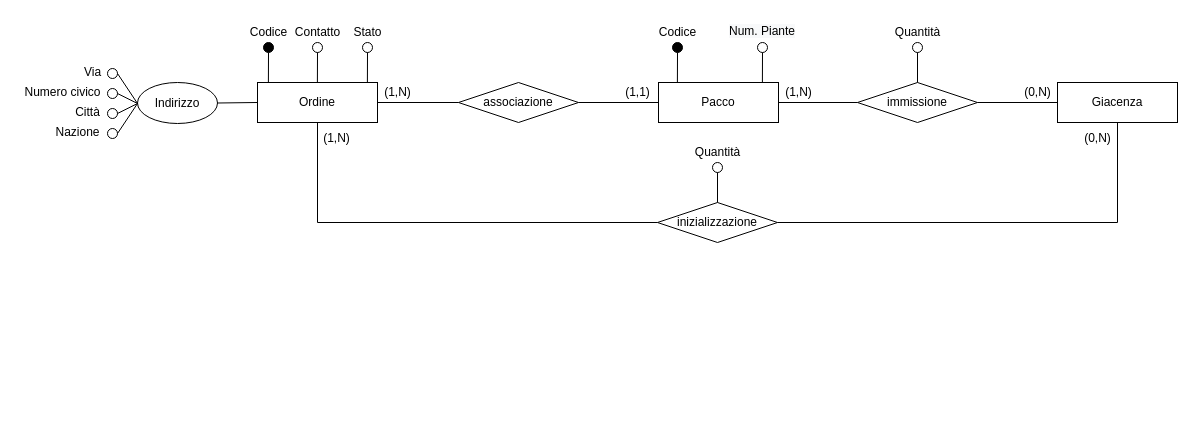
nic-agos/Verde-S.R.L keeps this draw.io diagram as ER-diagrams/ER-Ordine.drawio. Above is the earlier version. Source tidied: cells renumbered, new cells numbered last; positions are measured from the earlier drawing's top-left corner, leaving out a move shared by most shapes. Both pictures are drawn from the tidied source at 100%, with x=0, y=0 at pixel (17, 17).
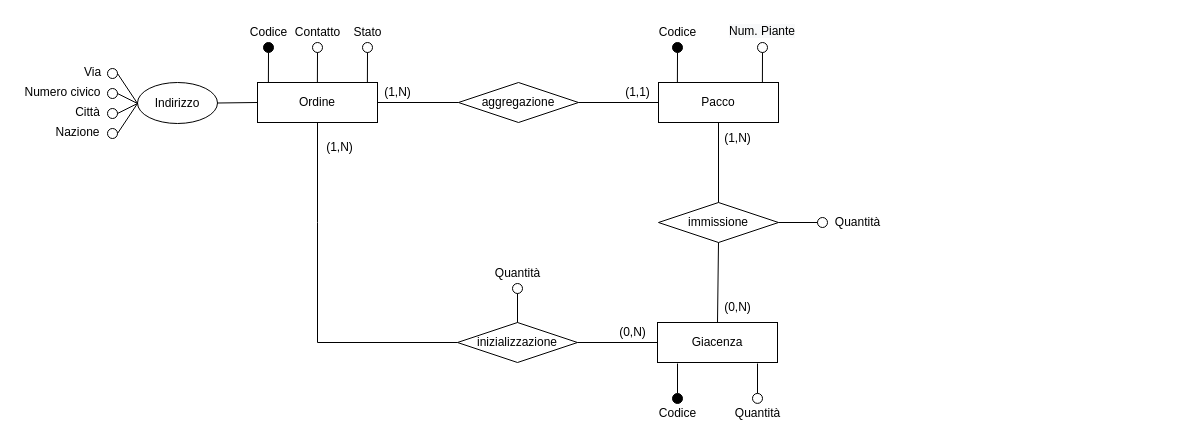
The same diagram, later.

The change refers to these unchanged cells:
```xml
<mxCell id="2" value="Ordine" style="rounded=0;whiteSpace=wrap;html=1;strokeWidth=1;perimeterSpacing=0;" parent="1" vertex="1">
  <mxGeometry x="240" y="65" width="120" height="40" as="geometry" />
</mxCell>
<mxCell id="6" value="Pacco" style="rounded=0;whiteSpace=wrap;html=1;strokeWidth=1;perimeterSpacing=0;" parent="1" vertex="1">
  <mxGeometry x="641" y="65" width="120" height="40" as="geometry" />
</mxCell>
```

Change to the diagram source:
```diff
@@
-    <mxCell id="16" value="associazione" style="rhombus;whiteSpace=wrap;html=1;" parent="1" vertex="1">
+    <mxCell id="16" value="aggregazione" style="rhombus;whiteSpace=wrap;html=1;" parent="1" vertex="1">
       <mxGeometry x="441" y="65" width="120" height="40" as="geometry" />
     </mxCell>
@@
-    <mxCell id="19" value="Giacenza" style="rounded=0;whiteSpace=wrap;html=1;strokeWidth=1;perimeterSpacing=0;" parent="1" vertex="1">
-      <mxGeometry x="1040" y="65" width="120" height="40" as="geometry" />
-    </mxCell>
-    <mxCell id="20" value="immissione" style="rhombus;whiteSpace=wrap;html=1;" parent="1" vertex="1">
-      <mxGeometry x="840" y="65" width="120" height="40" as="geometry" />
-    </mxCell>
-    <mxCell id="21" style="endArrow=none;html=1;rounded=0;entryX=0;entryY=0.5;entryDx=0;entryDy=0;exitX=1;exitY=0.5;exitDx=0;exitDy=0;" parent="1" edge="1" source="6" target="20">
-      <mxGeometry relative="1" as="geometry" />
-    </mxCell>
-    <mxCell id="22" style="endArrow=none;html=1;rounded=0;exitX=1;exitY=0.5;exitDx=0;exitDy=0;entryX=0;entryY=0.5;entryDx=0;entryDy=0;" parent="1" edge="1" source="20" target="19">
-      <mxGeometry relative="1" as="geometry" />
-    </mxCell>
@@
-    <mxCell id="28" value="inizializzazione" style="rhombus;whiteSpace=wrap;html=1;" parent="1" vertex="1">
-      <mxGeometry x="640" y="185" width="120" height="40" as="geometry" />
-    </mxCell>
@@
+    <mxCell id="19" value="Giacenza" style="rounded=0;whiteSpace=wrap;html=1;strokeWidth=1;perimeterSpacing=0;" parent="1" vertex="1">
+      <mxGeometry x="640" y="305" width="120" height="40" as="geometry" />
+    </mxCell>
+    <mxCell id="55" style="ellipse;whiteSpace=wrap;html=1;strokeWidth=1;fillColor=#000000;" parent="1" vertex="1">
+      <mxGeometry x="655" y="376" width="10" height="10" as="geometry" />
+    </mxCell>
+    <mxCell id="56" value="Codice" style="text;html=1;align=center;verticalAlign=middle;strokeColor=none;fillColor=none;" parent="1" vertex="1">
+      <mxGeometry x="635" y="386" width="50" height="20" as="geometry" />
+    </mxCell>
+    <mxCell id="57" style="ellipse;whiteSpace=wrap;html=1;strokeWidth=1;fillColor=none;" parent="1" vertex="1">
+      <mxGeometry x="735" y="375.9" width="10" height="10" as="geometry" />
+    </mxCell>
+    <mxCell id="58" value="Quantità" style="text;html=1;align=center;verticalAlign=middle;strokeColor=none;fillColor=none;" parent="1" vertex="1">
+      <mxGeometry x="710" y="386" width="60" height="20" as="geometry" />
+    </mxCell>
+    <mxCell id="28" value="inizializzazione" style="rhombus;whiteSpace=wrap;html=1;" parent="1" vertex="1">
+      <mxGeometry x="440" y="305" width="120" height="40" as="geometry" />
+    </mxCell>
     <mxCell id="43" style="endArrow=none;html=1;rounded=0;exitX=0.5;exitY=1;exitDx=0;exitDy=0;entryX=0;entryY=0.5;entryDx=0;entryDy=0;" parent="1" edge="1" source="2" target="28">
       <mxGeometry relative="1" as="geometry">
         <Array as="points">
           <mxPoint x="300" y="205" />
+          <mxPoint x="300" y="325" />
         </Array>
       </mxGeometry>
     </mxCell>
-    <mxCell id="44" style="endArrow=none;html=1;rounded=0;entryX=0.5;entryY=1;entryDx=0;entryDy=0;exitX=1;exitY=0.5;exitDx=0;exitDy=0;" parent="1" edge="1" source="28" target="19">
-      <mxGeometry relative="1" as="geometry">
-        <Array as="points">
-          <mxPoint x="1100" y="205" />
-        </Array>
-      </mxGeometry>
+    <mxCell id="44" style="endArrow=none;html=1;rounded=0;entryX=0;entryY=0.5;entryDx=0;entryDy=0;exitX=1;exitY=0.5;exitDx=0;exitDy=0;" parent="1" edge="1" source="28" target="19">
+      <mxGeometry relative="1" as="geometry" />
     </mxCell>
-    <mxCell id="45" style="endArrow=none;html=1;rounded=0;fillColor=#000000;exitX=0.5;exitY=1;exitDx=0;exitDy=0;entryX=0.5;entryY=0;entryDx=0;entryDy=0;" parent="1" edge="1" source="46" target="28">
-      <mxGeometry relative="1" as="geometry" />
-    </mxCell>
-    <mxCell id="46" style="ellipse;whiteSpace=wrap;html=1;strokeWidth=1;fillColor=none;" parent="1" vertex="1">
-      <mxGeometry x="695" y="145" width="10" height="10" as="geometry" />
-    </mxCell>
-    <mxCell id="47" value="Quantità" style="text;html=1;align=center;verticalAlign=middle;strokeColor=none;fillColor=none;" parent="1" vertex="1">
-      <mxGeometry x="670" y="125" width="60" height="20" as="geometry" />
-    </mxCell>
-    <mxCell id="48" style="endArrow=none;html=1;rounded=0;fillColor=#000000;exitX=0.5;exitY=1;exitDx=0;exitDy=0;entryX=0.5;entryY=0;entryDx=0;entryDy=0;" parent="1" edge="1" source="49" target="20">
-      <mxGeometry relative="1" as="geometry" />
-    </mxCell>
-    <mxCell id="49" style="ellipse;whiteSpace=wrap;html=1;strokeWidth=1;fillColor=none;" parent="1" vertex="1">
-      <mxGeometry x="895" y="25" width="10" height="10" as="geometry" />
-    </mxCell>
-    <mxCell id="50" value="Quantità" style="text;html=1;align=center;verticalAlign=middle;strokeColor=none;fillColor=none;" parent="1" vertex="1">
-      <mxGeometry x="870" y="5" width="60" height="20" as="geometry" />
-    </mxCell>
-    <mxCell id="51" value="(1,N)" style="text;html=1;align=center;verticalAlign=middle;strokeColor=none;fillColor=none;" parent="1" vertex="1">
-      <mxGeometry x="761" y="65" width="40" height="20" as="geometry" />
-    </mxCell>
-    <mxCell id="52" value="(0,N)" style="text;html=1;align=center;verticalAlign=middle;strokeColor=none;fillColor=none;" parent="1" vertex="1">
-      <mxGeometry x="1000" y="65" width="40" height="20" as="geometry" />
-    </mxCell>
-    <mxCell id="53" value="(1,N)" style="text;html=1;align=center;verticalAlign=middle;strokeColor=none;fillColor=none;" parent="1" vertex="1">
-      <mxGeometry x="299" y="111" width="40" height="20" as="geometry" />
-    </mxCell>
-    <mxCell id="54" value="(0,N)" style="text;html=1;align=center;verticalAlign=middle;strokeColor=none;fillColor=none;" parent="1" vertex="1">
-      <mxGeometry x="1060" y="111" width="40" height="20" as="geometry" />
-    </mxCell>
+    <mxCell id="59" style="endArrow=none;html=1;rounded=0;exitX=0.5;exitY=0;exitDx=0;exitDy=0;" parent="1" edge="1" source="55">
+      <mxGeometry relative="1" as="geometry">
+        <mxPoint x="660" y="346" as="targetPoint" />
+      </mxGeometry>
+    </mxCell>
+    <mxCell id="60" style="endArrow=none;html=1;rounded=0;exitX=0.5;exitY=0;exitDx=0;exitDy=0;" parent="1" edge="1" source="57">
+      <mxGeometry relative="1" as="geometry">
+        <mxPoint x="740" y="346" as="targetPoint" />
+      </mxGeometry>
+    </mxCell>
+    <mxCell id="61" value="(1,N)" style="text;html=1;align=center;verticalAlign=middle;strokeColor=none;fillColor=none;" parent="1" vertex="1">
+      <mxGeometry x="302" y="120" width="40" height="20" as="geometry" />
+    </mxCell>
+    <mxCell id="62" value="(0,N)" style="text;html=1;align=center;verticalAlign=middle;strokeColor=none;fillColor=none;" parent="1" vertex="1">
+      <mxGeometry x="595" y="305" width="40" height="20" as="geometry" />
+    </mxCell>
+    <mxCell id="63" style="endArrow=none;html=1;rounded=0;exitX=0.5;exitY=0;exitDx=0;exitDy=0;" parent="1" edge="1" source="28">
+      <mxGeometry relative="1" as="geometry">
+        <mxPoint x="500" y="276" as="targetPoint" />
+      </mxGeometry>
+    </mxCell>
+    <mxCell id="64" style="ellipse;whiteSpace=wrap;html=1;strokeWidth=1;fillColor=none;" parent="1" vertex="1">
+      <mxGeometry x="495" y="266" width="10" height="10" as="geometry" />
+    </mxCell>
+    <mxCell id="65" value="Quantità" style="text;html=1;align=center;verticalAlign=middle;strokeColor=none;fillColor=none;" parent="1" vertex="1">
+      <mxGeometry x="470" y="246" width="60" height="20" as="geometry" />
+    </mxCell>
+    <mxCell id="20" value="immissione" style="rhombus;whiteSpace=wrap;html=1;" parent="1" vertex="1">
+      <mxGeometry x="641" y="185" width="120" height="40" as="geometry" />
+    </mxCell>
+    <mxCell id="66" style="endArrow=none;html=1;rounded=0;fillColor=#000000;exitX=0;exitY=0.5;exitDx=0;exitDy=0;entryX=1;entryY=0.5;entryDx=0;entryDy=0;" parent="1" edge="1" source="67" target="20">
+      <mxGeometry relative="1" as="geometry" />
+    </mxCell>
+    <mxCell id="67" style="ellipse;whiteSpace=wrap;html=1;strokeWidth=1;fillColor=none;" parent="1" vertex="1">
+      <mxGeometry x="800" y="200" width="10" height="10" as="geometry" />
+    </mxCell>
+    <mxCell id="68" value="Quantità" style="text;html=1;align=center;verticalAlign=middle;strokeColor=none;fillColor=none;" parent="1" vertex="1">
+      <mxGeometry x="810" y="195" width="60" height="20" as="geometry" />
+    </mxCell>
+    <mxCell id="69" style="endArrow=none;html=1;rounded=0;exitX=0.5;exitY=0;exitDx=0;exitDy=0;entryX=0.5;entryY=1;entryDx=0;entryDy=0;" parent="1" edge="1" source="20" target="6">
+      <mxGeometry relative="1" as="geometry" />
+    </mxCell>
+    <mxCell id="70" style="endArrow=none;html=1;rounded=0;exitX=0.5;exitY=0;exitDx=0;exitDy=0;entryX=0.5;entryY=1;entryDx=0;entryDy=0;" parent="1" edge="1" source="19" target="20">
+      <mxGeometry relative="1" as="geometry" />
+    </mxCell>
+    <mxCell id="71" value="(1,N)" style="text;html=1;align=center;verticalAlign=middle;strokeColor=none;fillColor=none;" parent="1" vertex="1">
+      <mxGeometry x="700" y="111" width="40" height="20" as="geometry" />
+    </mxCell>
+    <mxCell id="72" value="(0,N)" style="text;html=1;align=center;verticalAlign=middle;strokeColor=none;fillColor=none;" parent="1" vertex="1">
+      <mxGeometry x="700" y="280" width="40" height="20" as="geometry" />
+    </mxCell>
```
